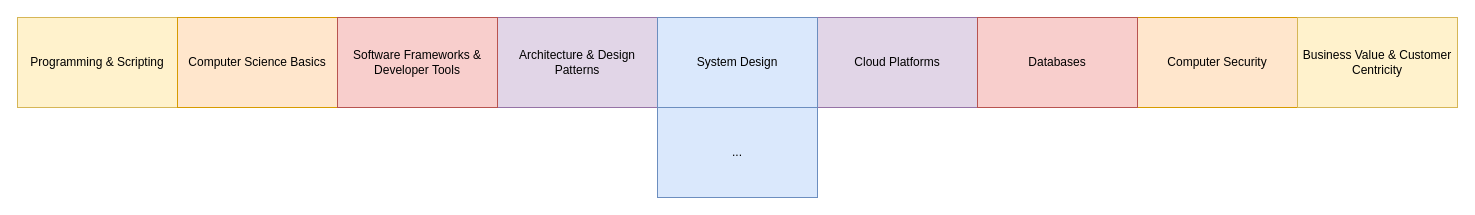
Before: software_architecture_profile.drawio in mykingdomforapawn/software-architecture-journey, a draw.io diagram. Source tidied: cells renumbered, new cells numbered last; positions are measured from the earlier drawing's top-left corner, leaving out a move shared by most shapes. Both pictures are drawn from the tidied source at 100%, with x=0, y=0 at pixel (17, 17).
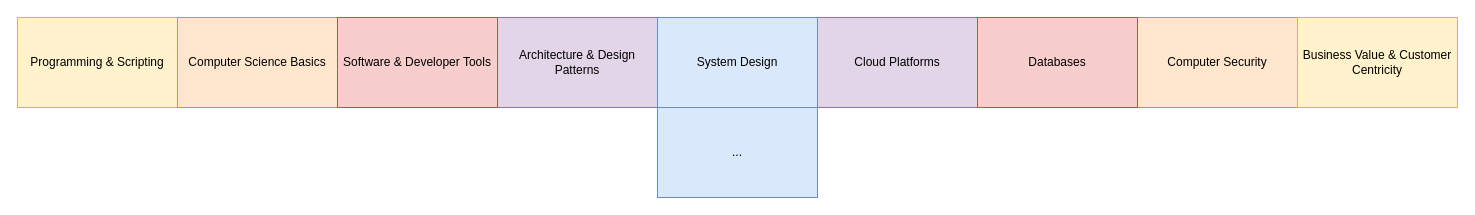
After the change.

Diff of the diagram source:
```diff
@@
 <mxGraphModel background="#ffffff">
   <root>
     <mxCell id="0" />
     <mxCell id="1" parent="0" />
     <mxCell id="2" value="Programming &amp;amp; Scripting" style="rounded=0;whiteSpace=wrap;html=1;fillColor=#fff2cc;strokeColor=#d6b656;" parent="1" vertex="1">
       <mxGeometry width="160" height="90" as="geometry" />
     </mxCell>
     <mxCell id="3" value="Architecture &amp;amp; Design Patterns" style="rounded=0;whiteSpace=wrap;html=1;fillColor=#e1d5e7;strokeColor=#9673a6;" parent="1" vertex="1">
       <mxGeometry x="480" width="160" height="90" as="geometry" />
     </mxCell>
     <mxCell id="4" value="Computer Security" style="rounded=0;whiteSpace=wrap;html=1;fillColor=#ffe6cc;strokeColor=#d79b00;" parent="1" vertex="1">
       <mxGeometry x="1120" width="160" height="90" as="geometry" />
     </mxCell>
     <mxCell id="5" value="Cloud Platforms" style="rounded=0;whiteSpace=wrap;html=1;fillColor=#e1d5e7;strokeColor=#9673a6;" parent="1" vertex="1">
       <mxGeometry x="800" width="160" height="90" as="geometry" />
     </mxCell>
     <mxCell id="6" value="Business Value &amp;amp; Customer Centricity" style="rounded=0;whiteSpace=wrap;html=1;fillColor=#fff2cc;strokeColor=#d6b656;" parent="1" vertex="1">
       <mxGeometry x="1280" width="160" height="90" as="geometry" />
     </mxCell>
     <mxCell id="7" value="Computer Science Basics" style="rounded=0;whiteSpace=wrap;html=1;fillColor=#ffe6cc;strokeColor=#d79b00;" parent="1" vertex="1">
       <mxGeometry x="160" width="160" height="90" as="geometry" />
     </mxCell>
     <mxCell id="8" value="System Design" style="rounded=0;whiteSpace=wrap;html=1;fillColor=#dae8fc;strokeColor=#6c8ebf;" parent="1" vertex="1">
       <mxGeometry x="640" width="160" height="90" as="geometry" />
     </mxCell>
     <mxCell id="9" value="Databases" style="rounded=0;whiteSpace=wrap;html=1;fillColor=#f8cecc;strokeColor=#b85450;" parent="1" vertex="1">
       <mxGeometry x="960" width="160" height="90" as="geometry" />
     </mxCell>
-    <mxCell id="10" value="Software Frameworks &amp;amp; Developer Tools" style="rounded=0;whiteSpace=wrap;html=1;fillColor=#f8cecc;strokeColor=#b85450;" parent="1" vertex="1">
+    <mxCell id="10" value="Software &amp;amp; Developer Tools" style="rounded=0;whiteSpace=wrap;html=1;fillColor=#f8cecc;strokeColor=#b85450;" parent="1" vertex="1">
       <mxGeometry x="320" width="160" height="90" as="geometry" />
     </mxCell>
     <mxCell id="11" value="..." style="rounded=0;whiteSpace=wrap;html=1;fillColor=#dae8fc;strokeColor=#6c8ebf;" parent="1" vertex="1">
       <mxGeometry x="640" y="90" width="160" height="90" as="geometry" />
     </mxCell>
   </root>
 </mxGraphModel>
```
